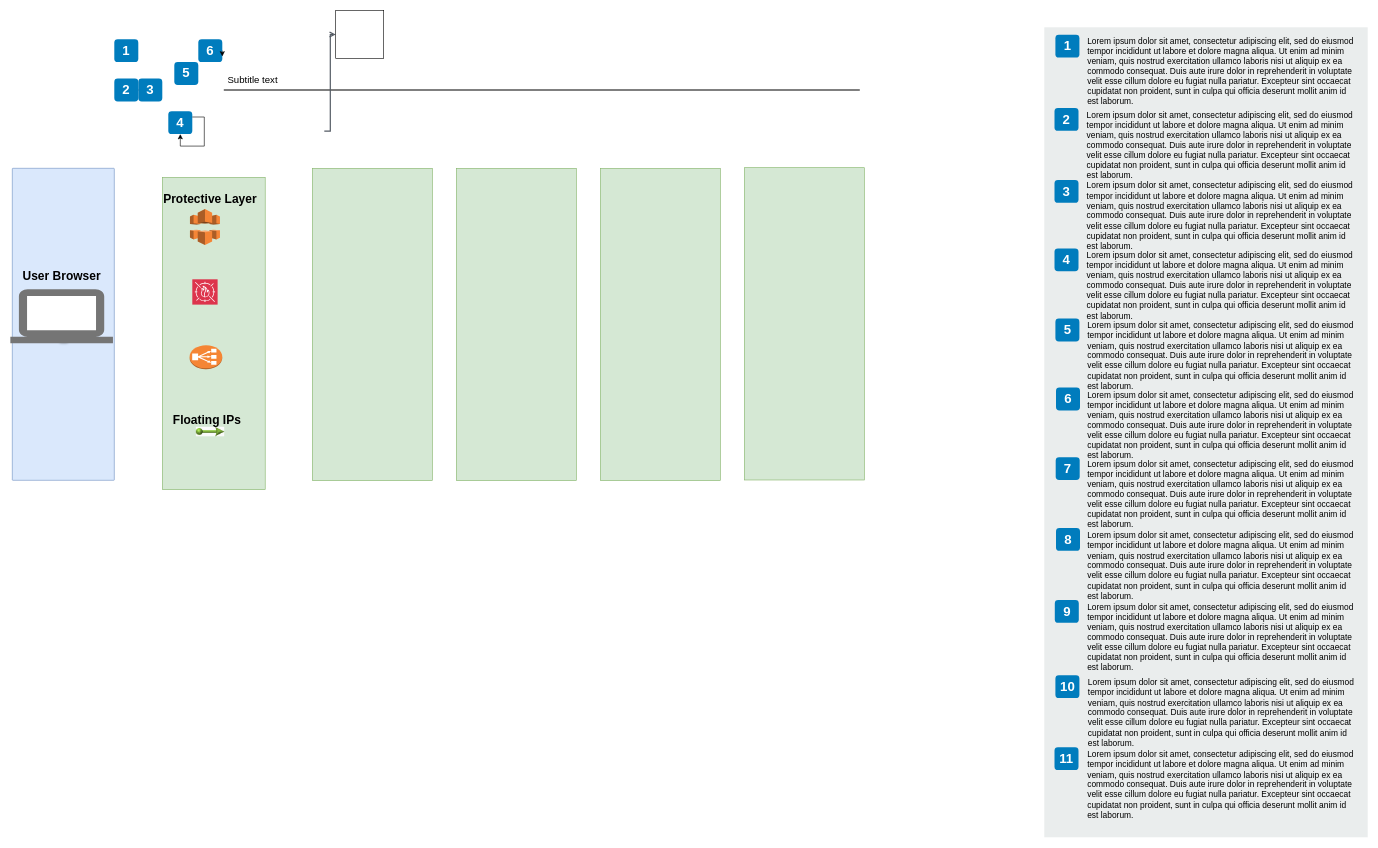
Earlier version of the draw.io diagram Untitled Diagram.drawio (CB122023/First). Source tidied: cells renumbered, new cells numbered last; positions are measured from the earlier drawing's top-left corner, leaving out a move shared by most shapes. Both pictures are drawn from the tidied source at 60%, with x=0, y=0 at pixel (12, 10).
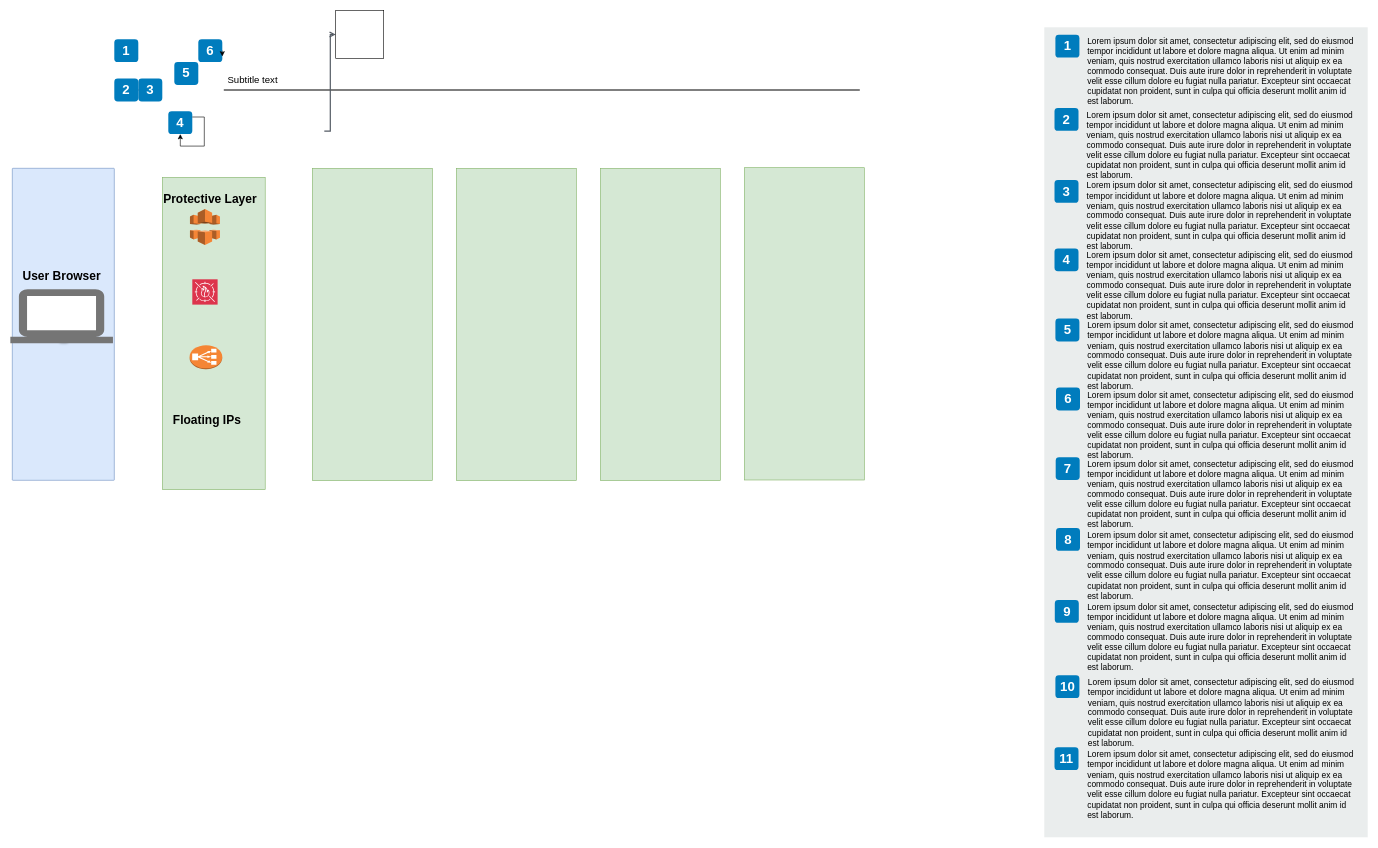
After the change.

What changed in the source:
```diff
@@
-    <mxCell id="47" style="image;perimeter=ellipsePerimeter;html=1;align=center;shadow=0;dashed=0;fontColor=#4277BB;labelBackgroundColor=default;fontSize=12;spacingTop=3;image=img/lib/ibm/vpc/FloatingIP.svg;" parent="1" vertex="1">
-      <mxGeometry x="305.8" y="678" width="48.5" height="48.5" as="geometry" />
-    </mxCell>
```
